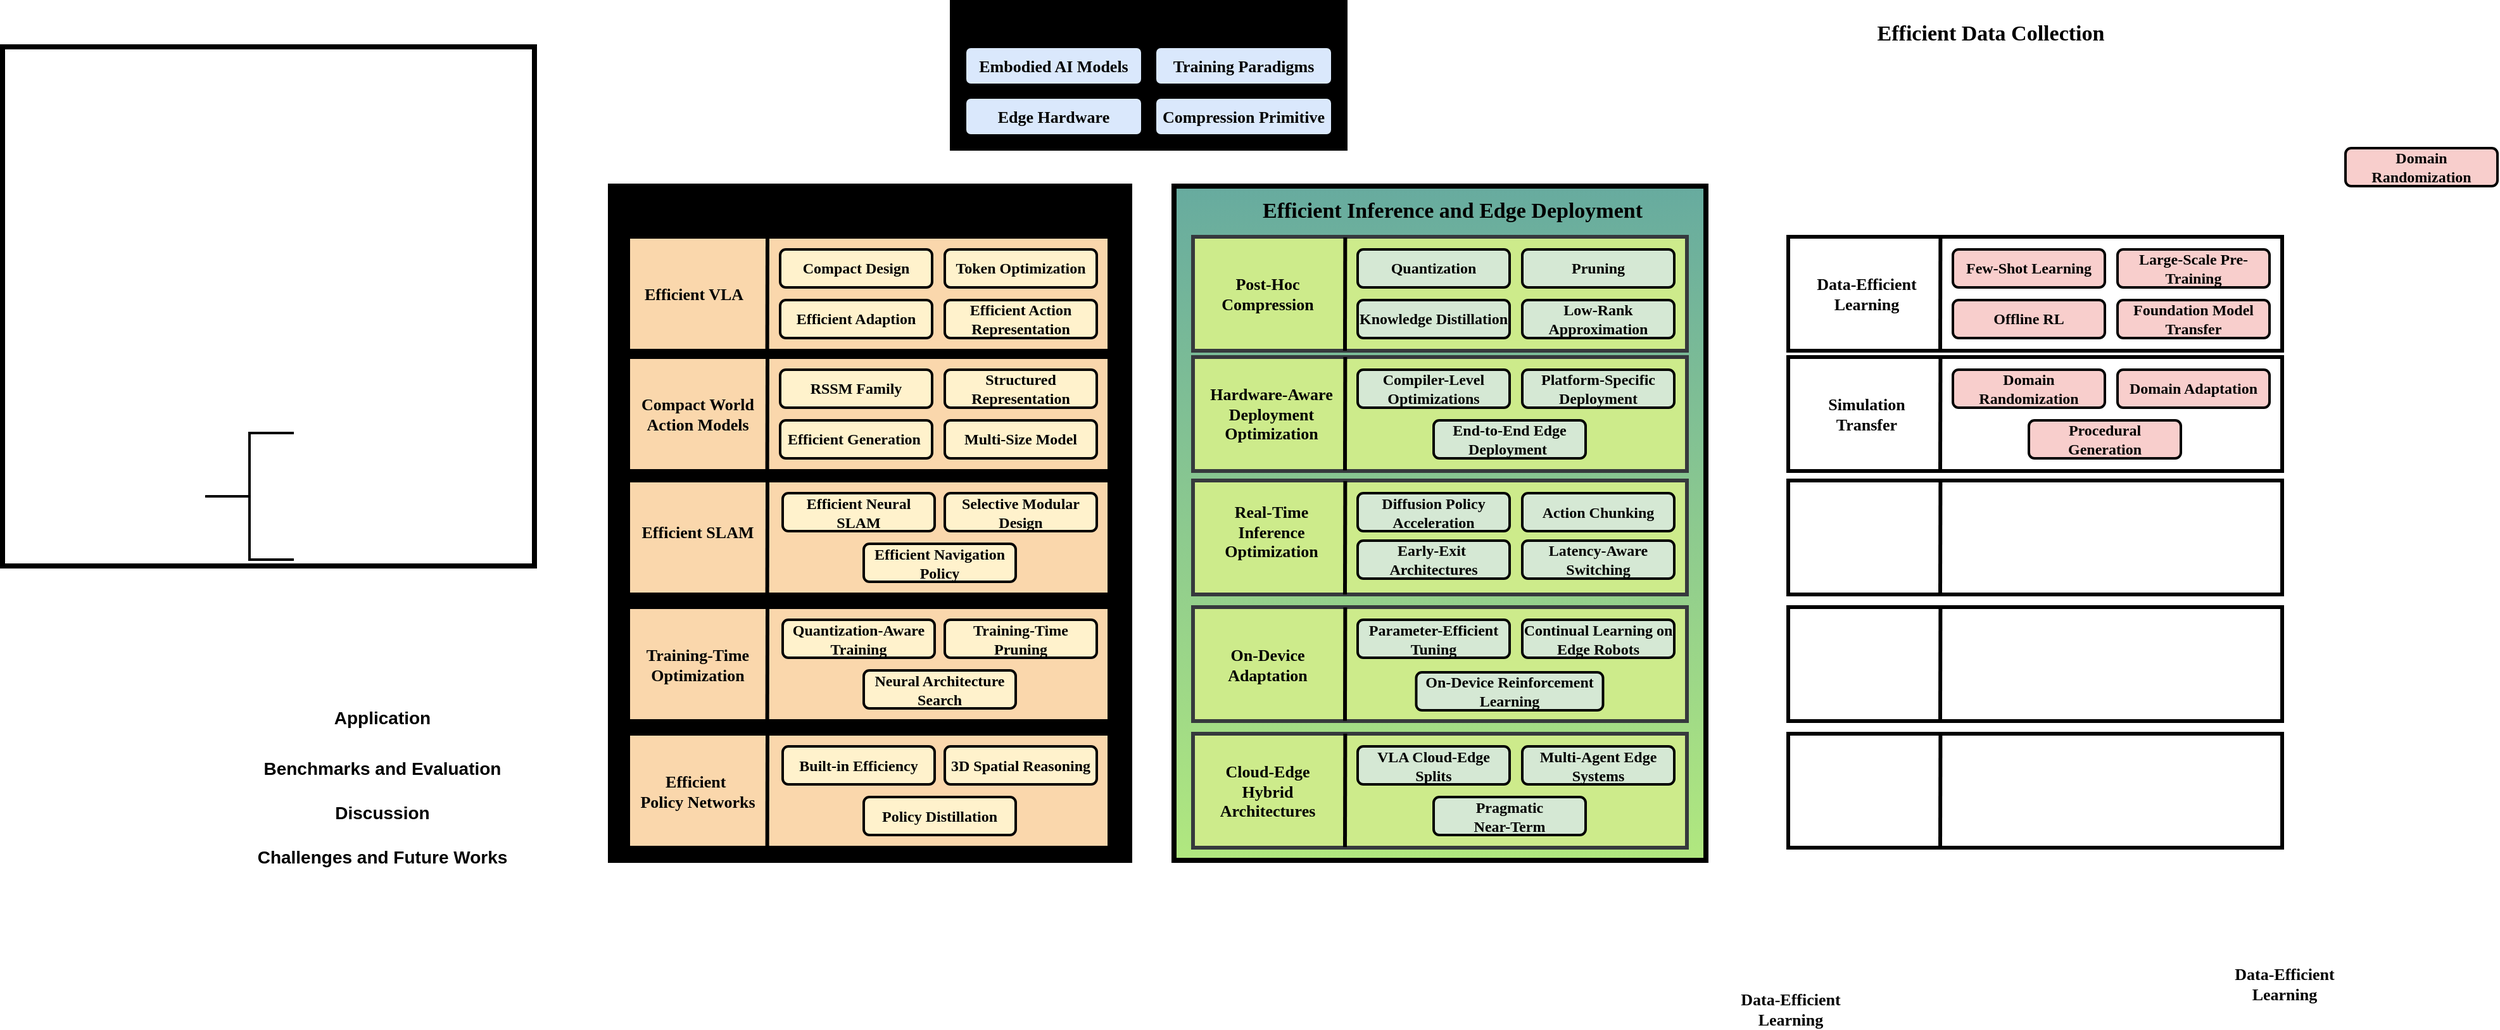
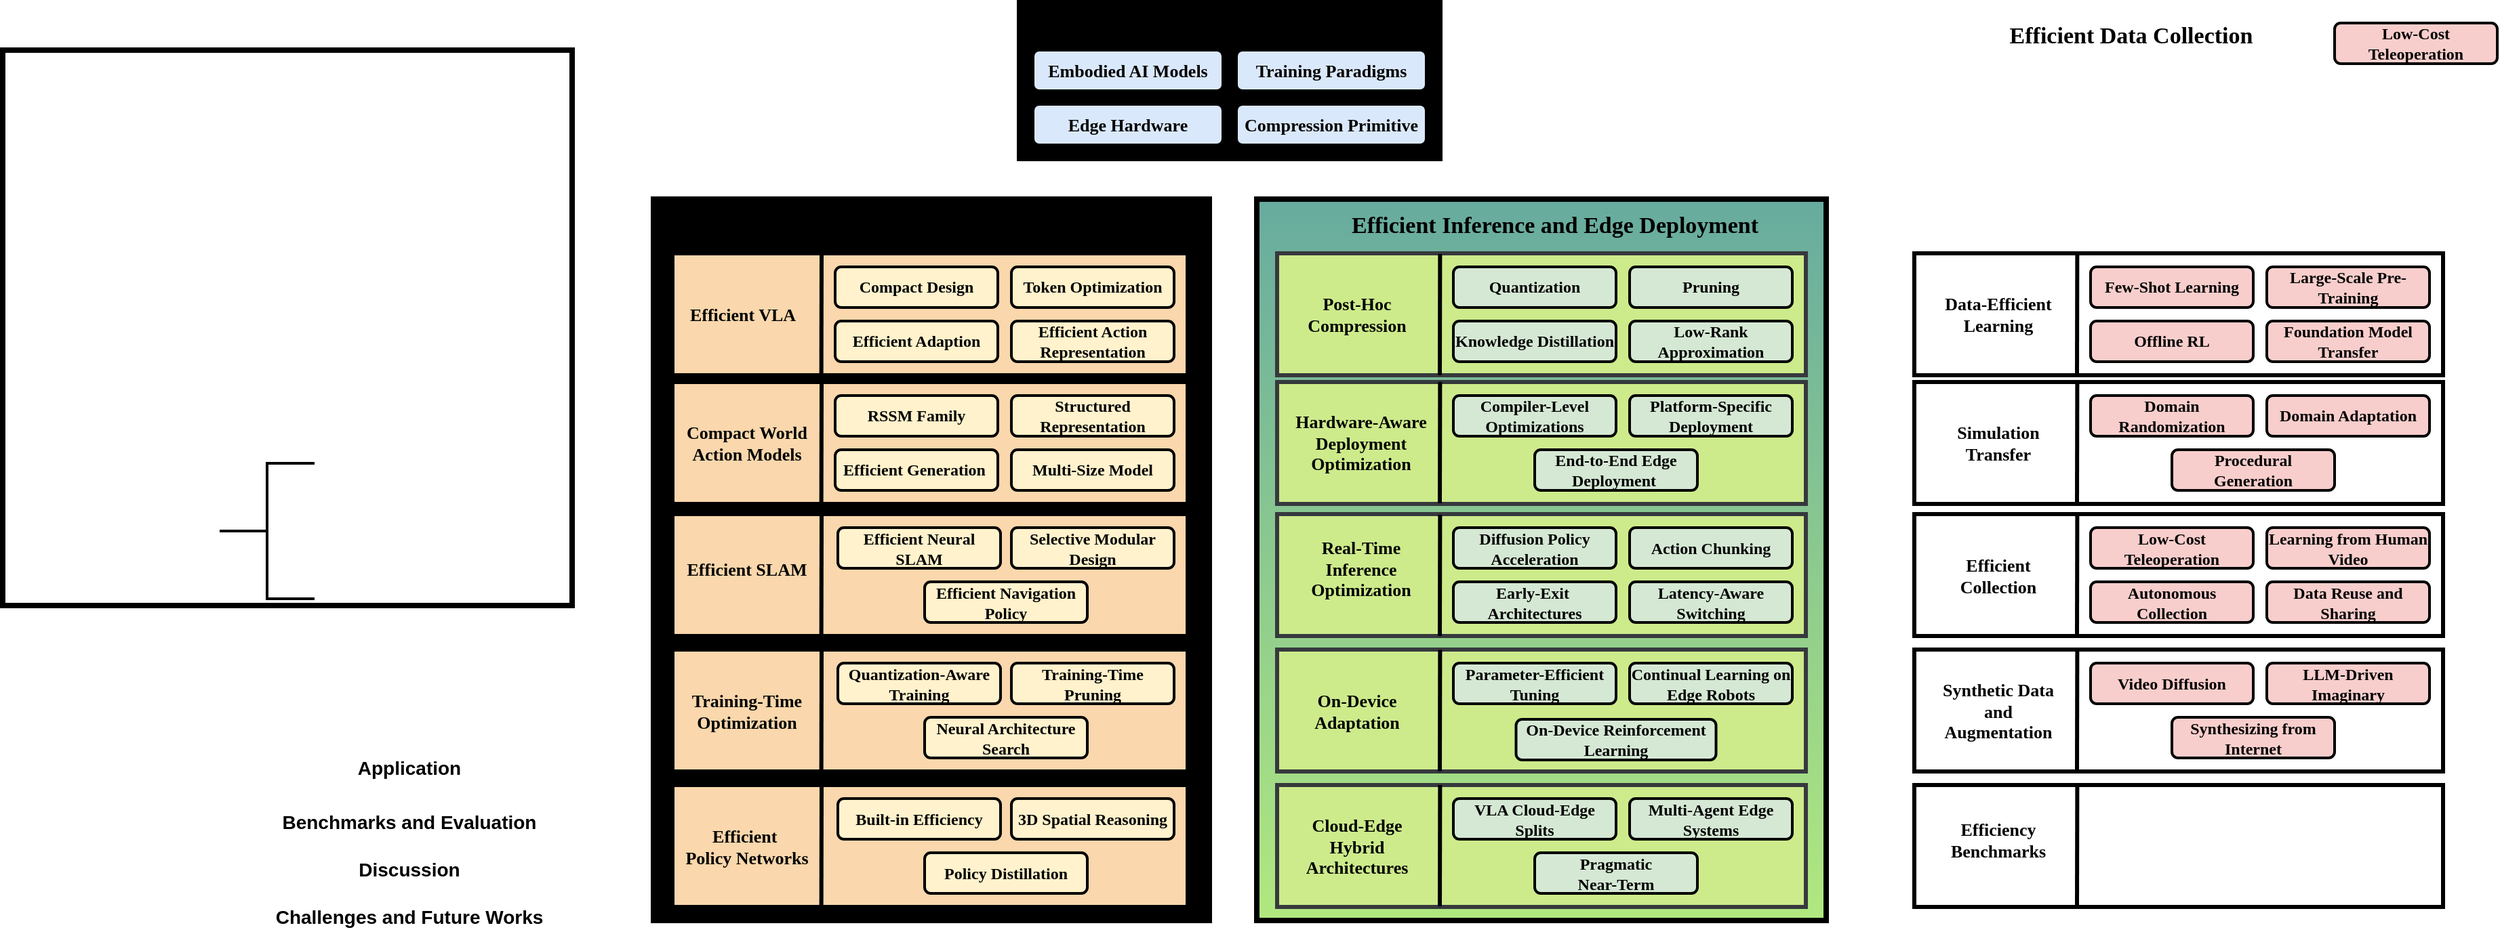
<mxfile host="app.diagrams.net">
  <diagram name="第 1 页" id="xv9Lnx2gyYwYQaEzt8dN">
    <mxGraphModel dx="2450" dy="829" grid="1" gridSize="10" guides="1" tooltips="1" connect="1" arrows="1" fold="1" page="1" pageScale="1" pageWidth="827" pageHeight="1169" math="0" shadow="0">
      <root>
        <mxCell id="0" />
        <mxCell id="1" parent="0" />
        <mxCell id="HWx69ffex-x17Lno-qGl-20" parent="1" style="rounded=0;whiteSpace=wrap;html=1;strokeWidth=4;container=0;fillColor=#67AB9F;gradientColor=#B1E87F;strokeColor=#000000;" value="" vertex="1">
          <mxGeometry height="532.5" width="420" x="305" y="200" as="geometry" />
        </mxCell>
        <mxCell id="P4z1W6zyqtdSm3awDH87-88" parent="1" style="rounded=0;whiteSpace=wrap;html=1;strokeWidth=4;" value="" vertex="1">
          <mxGeometry height="410" width="420" x="-620" y="90" as="geometry" />
        </mxCell>
        <mxCell id="mN9CjeCU7Y2PogCVv73L-14" parent="1" style="text;html=1;whiteSpace=wrap;strokeColor=none;fillColor=none;align=center;verticalAlign=middle;rounded=0;" value="&lt;font face=&quot;Helvetica&quot; style=&quot;font-size: 14px;&quot;&gt;&lt;b style=&quot;&quot;&gt;Application&lt;/b&gt;&lt;/font&gt;" vertex="1">
          <mxGeometry height="20" width="260" x="-450" y="610" as="geometry" />
        </mxCell>
        <mxCell id="mN9CjeCU7Y2PogCVv73L-15" parent="1" style="text;html=1;whiteSpace=wrap;strokeColor=none;fillColor=none;align=center;verticalAlign=middle;rounded=0;" value="&lt;font face=&quot;Helvetica&quot; style=&quot;font-size: 14px;&quot;&gt;&lt;b style=&quot;&quot;&gt;Benchmarks and Evaluation&lt;/b&gt;&lt;/font&gt;" vertex="1">
          <mxGeometry height="20" width="260" x="-450" y="650" as="geometry" />
        </mxCell>
        <mxCell id="mN9CjeCU7Y2PogCVv73L-16" parent="1" style="text;html=1;whiteSpace=wrap;strokeColor=none;fillColor=none;align=center;verticalAlign=middle;rounded=0;" value="&lt;font face=&quot;Helvetica&quot; style=&quot;font-size: 14px;&quot;&gt;&lt;b style=&quot;&quot;&gt;Challenges and Future Works&lt;/b&gt;&lt;/font&gt;" vertex="1">
          <mxGeometry height="20" width="260" x="-450" y="720" as="geometry" />
        </mxCell>
        <mxCell id="mN9CjeCU7Y2PogCVv73L-17" parent="1" style="text;html=1;whiteSpace=wrap;strokeColor=none;fillColor=none;align=center;verticalAlign=middle;rounded=0;" value="&lt;font face=&quot;Helvetica&quot; style=&quot;font-size: 14px;&quot;&gt;&lt;b style=&quot;&quot;&gt;Discussion&lt;/b&gt;&lt;/font&gt;" vertex="1">
          <mxGeometry height="20" width="260" x="-450" y="685" as="geometry" />
        </mxCell>
        <mxCell id="mN9CjeCU7Y2PogCVv73L-18" parent="1" style="strokeWidth=2;html=1;shape=mxgraph.flowchart.annotation_2;align=left;labelPosition=right;pointerEvents=1;" value="" vertex="1">
          <mxGeometry height="100" width="70" x="-460" y="395" as="geometry" />
        </mxCell>
        <mxCell id="P4z1W6zyqtdSm3awDH87-52" connectable="0" parent="1" style="group;strokeColor=#000000;fillColor=#dae8fc;gradientColor=#7ea6e0;container=0;" value="" vertex="1">
          <mxGeometry height="115" width="310" x="130" y="55" as="geometry" />
        </mxCell>
        <mxCell id="P4z1W6zyqtdSm3awDH87-90" parent="1" style="rounded=0;whiteSpace=wrap;html=1;strokeWidth=3;fillColor=#cdeb8b;strokeColor=#36393d;" value="" vertex="1">
          <mxGeometry height="90" width="390" x="320" y="240" as="geometry" />
        </mxCell>
        <mxCell id="P4z1W6zyqtdSm3awDH87-91" edge="1" parent="1" style="endArrow=none;html=1;rounded=0;strokeWidth=3;entryX=0.289;entryY=0.995;entryDx=0;entryDy=0;entryPerimeter=0;" value="">
          <mxGeometry height="50" relative="1" width="50" as="geometry">
            <mxPoint x="440.17999999999995" y="240.45" as="sourcePoint" />
            <mxPoint x="439.9999999999999" y="330.00000000000006" as="targetPoint" />
          </mxGeometry>
        </mxCell>
        <mxCell id="P4z1W6zyqtdSm3awDH87-11" parent="1" style="rounded=0;whiteSpace=wrap;html=1;strokeWidth=4;container=0;fillColor=light-dark(#e0ae0b, #6a3f00);gradientColor=light-dark(#FFE599,#B07303);strokeColor=#000000;" value="" vertex="1">
          <mxGeometry height="532.5" width="410" x="-140" y="200" as="geometry" />
        </mxCell>
        <mxCell id="P4z1W6zyqtdSm3awDH87-29" parent="1" style="rounded=0;whiteSpace=wrap;html=1;strokeWidth=3;container=0;fillColor=#fad7ac;strokeColor=#000000;" value="" vertex="1">
          <mxGeometry height="90" width="380" x="-126" y="240" as="geometry" />
        </mxCell>
        <mxCell id="mN9CjeCU7Y2PogCVv73L-10" parent="1" style="text;html=1;whiteSpace=wrap;strokeColor=none;fillColor=none;align=center;verticalAlign=middle;rounded=0;container=0;" value="&lt;font style=&quot;font-size: 17px;&quot; face=&quot;Comic Sans MS&quot;&gt;&lt;b style=&quot;&quot;&gt;Efficient Model Design&lt;/b&gt;&lt;/font&gt;" vertex="1">
          <mxGeometry height="20" width="200" x="-35" y="210" as="geometry" />
        </mxCell>
        <mxCell id="mN9CjeCU7Y2PogCVv73L-22" parent="1" style="rounded=1;whiteSpace=wrap;html=1;strokeWidth=2;container=0;fillColor=#fff2cc;strokeColor=#000000;" value="&lt;b&gt;&lt;font face=&quot;Comic Sans MS&quot;&gt;Compact Design&lt;/font&gt;&lt;/b&gt;" vertex="1">
          <mxGeometry height="30" width="120" x="-6" y="250" as="geometry" />
        </mxCell>
        <mxCell id="mN9CjeCU7Y2PogCVv73L-23" parent="1" style="rounded=1;whiteSpace=wrap;html=1;strokeWidth=2;container=0;fillColor=#fff2cc;strokeColor=#000000;" value="&lt;b&gt;&lt;font face=&quot;Comic Sans MS&quot;&gt;Efficient Adaption&lt;/font&gt;&lt;/b&gt;" vertex="1">
          <mxGeometry height="30" width="120" x="-6" y="290" as="geometry" />
        </mxCell>
        <mxCell id="mN9CjeCU7Y2PogCVv73L-24" parent="1" style="rounded=1;whiteSpace=wrap;html=1;strokeWidth=2;container=0;fillColor=#fff2cc;strokeColor=#000000;" value="&lt;font face=&quot;Comic Sans MS&quot;&gt;&lt;b&gt;Efficient Action Representation&lt;/b&gt;&lt;/font&gt;" vertex="1">
          <mxGeometry height="30" width="120" x="124" y="290" as="geometry" />
        </mxCell>
        <mxCell id="mN9CjeCU7Y2PogCVv73L-26" parent="1" style="rounded=1;whiteSpace=wrap;html=1;strokeWidth=2;container=0;fillColor=#fff2cc;strokeColor=#000000;" value="&lt;b&gt;&lt;font face=&quot;Comic Sans MS&quot;&gt;Token Optimization&lt;/font&gt;&lt;/b&gt;" vertex="1">
          <mxGeometry height="30" width="120" x="124" y="250" as="geometry" />
        </mxCell>
        <mxCell id="P4z1W6zyqtdSm3awDH87-30" parent="1" style="text;html=1;whiteSpace=wrap;strokeColor=none;fillColor=none;align=center;verticalAlign=middle;rounded=0;container=0;" value="&lt;b style=&quot;font-size: 13px;&quot;&gt;&lt;font face=&quot;Comic Sans MS&quot;&gt;Efficient VLA&lt;/font&gt;&lt;/b&gt;" vertex="1">
          <mxGeometry height="20" width="104" x="-126" y="275" as="geometry" />
        </mxCell>
        <mxCell id="P4z1W6zyqtdSm3awDH87-31" edge="1" parent="1" style="endArrow=none;html=1;rounded=0;strokeWidth=3;entryX=0.289;entryY=0.995;entryDx=0;entryDy=0;entryPerimeter=0;" target="P4z1W6zyqtdSm3awDH87-29" value="">
          <mxGeometry height="50" relative="1" width="50" as="geometry">
            <mxPoint x="-16" y="240" as="sourcePoint" />
            <mxPoint x="-16" y="280" as="targetPoint" />
          </mxGeometry>
        </mxCell>
        <mxCell id="P4z1W6zyqtdSm3awDH87-32" parent="1" style="rounded=0;whiteSpace=wrap;html=1;strokeWidth=3;container=0;fillColor=#fad7ac;strokeColor=#000000;" value="" vertex="1">
          <mxGeometry height="90" width="380" x="-126" y="335" as="geometry" />
        </mxCell>
        <mxCell id="P4z1W6zyqtdSm3awDH87-33" edge="1" parent="1" style="endArrow=none;html=1;rounded=0;strokeWidth=3;entryX=0.289;entryY=0.995;entryDx=0;entryDy=0;entryPerimeter=0;" target="P4z1W6zyqtdSm3awDH87-32" value="">
          <mxGeometry height="50" relative="1" width="50" as="geometry">
            <mxPoint x="-16" y="335" as="sourcePoint" />
            <mxPoint x="-16" y="375" as="targetPoint" />
          </mxGeometry>
        </mxCell>
        <mxCell id="P4z1W6zyqtdSm3awDH87-34" parent="1" style="text;html=1;whiteSpace=wrap;strokeColor=none;fillColor=none;align=center;verticalAlign=middle;rounded=0;container=0;" value="&lt;b style=&quot;font-size: 13px;&quot;&gt;&lt;font face=&quot;Comic Sans MS&quot;&gt;Compact World Action Models&lt;/font&gt;&lt;/b&gt;" vertex="1">
          <mxGeometry height="20" width="114" x="-128" y="370" as="geometry" />
        </mxCell>
        <mxCell id="mN9CjeCU7Y2PogCVv73L-30" parent="1" style="rounded=1;whiteSpace=wrap;html=1;strokeWidth=2;container=0;fillColor=#fff2cc;strokeColor=#000000;" value="&lt;b&gt;&lt;font face=&quot;Comic Sans MS&quot;&gt;RSSM Family&lt;/font&gt;&lt;/b&gt;" vertex="1">
          <mxGeometry height="30" width="120" x="-6" y="345" as="geometry" />
        </mxCell>
        <mxCell id="mN9CjeCU7Y2PogCVv73L-32" parent="1" style="rounded=1;whiteSpace=wrap;html=1;strokeWidth=2;container=0;fillColor=#fff2cc;strokeColor=#000000;" value="&lt;font face=&quot;Comic Sans MS&quot;&gt;&lt;b&gt;Efficient Generation&amp;nbsp;&lt;/b&gt;&lt;/font&gt;" vertex="1">
          <mxGeometry height="30" width="120" x="-6" y="385" as="geometry" />
        </mxCell>
        <mxCell id="mN9CjeCU7Y2PogCVv73L-33" parent="1" style="rounded=1;whiteSpace=wrap;html=1;strokeWidth=2;container=0;fillColor=#fff2cc;strokeColor=#000000;" value="&lt;b&gt;&lt;font face=&quot;Comic Sans MS&quot;&gt;Structured Representation&lt;/font&gt;&lt;/b&gt;" vertex="1">
          <mxGeometry height="30" width="120" x="124" y="345" as="geometry" />
        </mxCell>
        <mxCell id="P4z1W6zyqtdSm3awDH87-36" parent="1" style="rounded=1;whiteSpace=wrap;html=1;strokeWidth=2;container=0;fillColor=#fff2cc;strokeColor=#000000;" value="&lt;b&gt;&lt;font face=&quot;Comic Sans MS&quot;&gt;Multi-Size Model&lt;/font&gt;&lt;/b&gt;" vertex="1">
          <mxGeometry height="30" width="120" x="124" y="385" as="geometry" />
        </mxCell>
        <mxCell id="P4z1W6zyqtdSm3awDH87-37" parent="1" style="rounded=0;whiteSpace=wrap;html=1;strokeWidth=3;container=0;fillColor=#fad7ac;strokeColor=#000000;" value="" vertex="1">
          <mxGeometry height="90" width="380" x="-126" y="432.5" as="geometry" />
        </mxCell>
        <mxCell id="P4z1W6zyqtdSm3awDH87-38" edge="1" parent="1" style="endArrow=none;html=1;rounded=0;strokeWidth=3;entryX=0.289;entryY=0.995;entryDx=0;entryDy=0;entryPerimeter=0;" target="P4z1W6zyqtdSm3awDH87-37" value="">
          <mxGeometry height="50" relative="1" width="50" as="geometry">
            <mxPoint x="-16" y="432.5" as="sourcePoint" />
            <mxPoint x="-16" y="472.5" as="targetPoint" />
          </mxGeometry>
        </mxCell>
        <mxCell id="P4z1W6zyqtdSm3awDH87-44" parent="1" style="text;html=1;whiteSpace=wrap;strokeColor=none;fillColor=none;align=center;verticalAlign=middle;rounded=0;container=0;" value="&lt;b style=&quot;font-size: 13px;&quot;&gt;&lt;font face=&quot;Comic Sans MS&quot;&gt;Efficient SLAM&lt;/font&gt;&lt;/b&gt;" vertex="1">
          <mxGeometry height="20" width="114" x="-128" y="462.5" as="geometry" />
        </mxCell>
        <mxCell id="P4z1W6zyqtdSm3awDH87-19" parent="1" style="rounded=1;whiteSpace=wrap;html=1;strokeWidth=2;container=0;fillColor=#fff2cc;strokeColor=#000000;" value="&lt;b&gt;&lt;font face=&quot;Comic Sans MS&quot;&gt;Efficient Neural SLAM&lt;/font&gt;&lt;/b&gt;" vertex="1">
          <mxGeometry height="30" width="120" x="-4" y="442.5" as="geometry" />
        </mxCell>
        <mxCell id="P4z1W6zyqtdSm3awDH87-20" parent="1" style="rounded=1;whiteSpace=wrap;html=1;strokeWidth=2;container=0;fillColor=#fff2cc;strokeColor=#000000;" value="&lt;font face=&quot;Comic Sans MS&quot;&gt;&lt;b&gt;Selective Modular Design&lt;/b&gt;&lt;/font&gt;" vertex="1">
          <mxGeometry height="30" width="120" x="124" y="442.5" as="geometry" />
        </mxCell>
        <mxCell id="P4z1W6zyqtdSm3awDH87-21" parent="1" style="rounded=1;whiteSpace=wrap;html=1;strokeWidth=2;container=0;fillColor=#fff2cc;strokeColor=#000000;" value="&lt;font face=&quot;Comic Sans MS&quot;&gt;&lt;b&gt;Efficient Navigation Policy&lt;/b&gt;&lt;/font&gt;" vertex="1">
          <mxGeometry height="30" width="120" x="60" y="482.5" as="geometry" />
        </mxCell>
        <mxCell id="P4z1W6zyqtdSm3awDH87-45" parent="1" style="rounded=0;whiteSpace=wrap;html=1;strokeWidth=3;container=0;fillColor=#fad7ac;strokeColor=#000000;" value="" vertex="1">
          <mxGeometry height="90" width="380" x="-126" y="632.5" as="geometry" />
        </mxCell>
        <mxCell id="P4z1W6zyqtdSm3awDH87-46" edge="1" parent="1" style="endArrow=none;html=1;rounded=0;strokeWidth=3;entryX=0.289;entryY=0.995;entryDx=0;entryDy=0;entryPerimeter=0;" target="P4z1W6zyqtdSm3awDH87-45" value="">
          <mxGeometry height="50" relative="1" width="50" as="geometry">
            <mxPoint x="-16" y="632.5" as="sourcePoint" />
            <mxPoint x="-16" y="672.5" as="targetPoint" />
          </mxGeometry>
        </mxCell>
        <mxCell id="P4z1W6zyqtdSm3awDH87-47" parent="1" style="rounded=0;whiteSpace=wrap;html=1;strokeWidth=3;container=0;fillColor=#fad7ac;strokeColor=#000000;" value="" vertex="1">
          <mxGeometry height="90" width="380" x="-126" y="532.5" as="geometry" />
        </mxCell>
        <mxCell id="P4z1W6zyqtdSm3awDH87-48" edge="1" parent="1" style="endArrow=none;html=1;rounded=0;strokeWidth=3;entryX=0.289;entryY=0.995;entryDx=0;entryDy=0;entryPerimeter=0;" target="P4z1W6zyqtdSm3awDH87-47" value="">
          <mxGeometry height="50" relative="1" width="50" as="geometry">
            <mxPoint x="-16" y="532.5" as="sourcePoint" />
            <mxPoint x="-16" y="572.5" as="targetPoint" />
          </mxGeometry>
        </mxCell>
        <mxCell id="P4z1W6zyqtdSm3awDH87-25" parent="1" style="rounded=1;whiteSpace=wrap;html=1;strokeWidth=2;container=0;fillColor=#fff2cc;strokeColor=#000000;" value="&lt;font face=&quot;Comic Sans MS&quot;&gt;&lt;b&gt;Quantization-Aware Training&lt;/b&gt;&lt;/font&gt;" vertex="1">
          <mxGeometry height="30" width="120" x="-4" y="542.5" as="geometry" />
        </mxCell>
        <mxCell id="P4z1W6zyqtdSm3awDH87-26" parent="1" style="rounded=1;whiteSpace=wrap;html=1;strokeWidth=2;container=0;fillColor=#fff2cc;strokeColor=#000000;" value="&lt;font face=&quot;Comic Sans MS&quot;&gt;&lt;b&gt;Neural Architecture Search&lt;/b&gt;&lt;/font&gt;" vertex="1">
          <mxGeometry height="30" width="120" x="60" y="582.5" as="geometry" />
        </mxCell>
        <mxCell id="P4z1W6zyqtdSm3awDH87-27" parent="1" style="rounded=1;whiteSpace=wrap;html=1;strokeWidth=2;container=0;fillColor=#fff2cc;strokeColor=#000000;" value="&lt;font face=&quot;Comic Sans MS&quot;&gt;&lt;b&gt;Training-Time Pruning&lt;/b&gt;&lt;/font&gt;" vertex="1">
          <mxGeometry height="30" width="120" x="124" y="542.5" as="geometry" />
        </mxCell>
        <mxCell id="P4z1W6zyqtdSm3awDH87-4" parent="1" style="rounded=1;whiteSpace=wrap;html=1;strokeWidth=2;container=0;fillColor=#fff2cc;strokeColor=#000000;" value="&lt;b&gt;&lt;font face=&quot;Comic Sans MS&quot;&gt;3D Spatial Reasoning&lt;/font&gt;&lt;/b&gt;" vertex="1">
          <mxGeometry height="30" width="120" x="124" y="642.5" as="geometry" />
        </mxCell>
        <mxCell id="P4z1W6zyqtdSm3awDH87-6" parent="1" style="rounded=1;whiteSpace=wrap;html=1;strokeWidth=2;container=0;fillColor=#fff2cc;strokeColor=#000000;" value="&lt;font face=&quot;Comic Sans MS&quot;&gt;&lt;b&gt;Policy Distillation&lt;/b&gt;&lt;/font&gt;" vertex="1">
          <mxGeometry height="30" width="120" x="60" y="682.5" as="geometry" />
        </mxCell>
        <mxCell id="P4z1W6zyqtdSm3awDH87-7" parent="1" style="rounded=1;whiteSpace=wrap;html=1;strokeWidth=2;container=0;fillColor=#fff2cc;strokeColor=#000000;" value="&lt;font face=&quot;Comic Sans MS&quot;&gt;&lt;b&gt;Built-in Efficiency&lt;/b&gt;&lt;/font&gt;" vertex="1">
          <mxGeometry height="30" width="120" x="-4" y="642.5" as="geometry" />
        </mxCell>
        <mxCell id="P4z1W6zyqtdSm3awDH87-49" parent="1" style="text;html=1;whiteSpace=wrap;strokeColor=none;fillColor=none;align=center;verticalAlign=middle;rounded=0;container=0;" value="&lt;b style=&quot;font-size: 13px;&quot;&gt;&lt;font face=&quot;Comic Sans MS&quot;&gt;Training-Time Optimization&lt;/font&gt;&lt;/b&gt;" vertex="1">
          <mxGeometry height="20" width="114" x="-128" y="567.5" as="geometry" />
        </mxCell>
        <mxCell id="P4z1W6zyqtdSm3awDH87-50" parent="1" style="text;html=1;whiteSpace=wrap;strokeColor=none;fillColor=none;align=center;verticalAlign=middle;rounded=0;container=0;" value="&lt;b style=&quot;font-size: 13px;&quot;&gt;&lt;font face=&quot;Comic Sans MS&quot;&gt;Efficient&amp;nbsp;&lt;/font&gt;&lt;/b&gt;&lt;div&gt;&lt;b style=&quot;font-size: 13px;&quot;&gt;&lt;font face=&quot;Comic Sans MS&quot;&gt;Policy Networks&lt;/font&gt;&lt;/b&gt;&lt;/div&gt;" vertex="1">
          <mxGeometry height="20" width="114" x="-128" y="667.5" as="geometry" />
        </mxCell>
        <mxCell id="P4z1W6zyqtdSm3awDH87-92" parent="1" style="text;html=1;whiteSpace=wrap;strokeColor=none;fillColor=none;align=center;verticalAlign=middle;rounded=0;container=0;" value="&lt;b style=&quot;font-size: 13px;&quot;&gt;&lt;font face=&quot;Comic Sans MS&quot;&gt;Post-Hoc Compression&lt;/font&gt;&lt;/b&gt;" vertex="1">
          <mxGeometry height="20" width="104" x="327" y="275" as="geometry" />
        </mxCell>
        <mxCell id="P4z1W6zyqtdSm3awDH87-93" parent="1" style="rounded=1;whiteSpace=wrap;html=1;strokeWidth=2;container=0;fillColor=#d5e8d4;strokeColor=#000000;" value="&lt;b&gt;&lt;font face=&quot;Comic Sans MS&quot;&gt;Quantization&lt;/font&gt;&lt;/b&gt;" vertex="1">
          <mxGeometry height="30" width="120" x="450" y="250" as="geometry" />
        </mxCell>
        <mxCell id="P4z1W6zyqtdSm3awDH87-94" parent="1" style="rounded=1;whiteSpace=wrap;html=1;strokeWidth=2;container=0;fillColor=#d5e8d4;strokeColor=#000000;" value="&lt;b&gt;&lt;font face=&quot;Comic Sans MS&quot;&gt;Pruning&lt;/font&gt;&lt;/b&gt;" vertex="1">
          <mxGeometry height="30" width="120" x="580" y="250" as="geometry" />
        </mxCell>
        <mxCell id="P4z1W6zyqtdSm3awDH87-95" parent="1" style="rounded=1;whiteSpace=wrap;html=1;strokeWidth=2;container=0;fillColor=#d5e8d4;strokeColor=#000000;" value="&lt;font face=&quot;Comic Sans MS&quot;&gt;&lt;b&gt;Knowledge Distillation&lt;/b&gt;&lt;/font&gt;" vertex="1">
          <mxGeometry height="30" width="120" x="450" y="290" as="geometry" />
        </mxCell>
        <mxCell id="P4z1W6zyqtdSm3awDH87-96" parent="1" style="rounded=1;whiteSpace=wrap;html=1;strokeWidth=2;container=0;fillColor=#d5e8d4;strokeColor=#000000;" value="&lt;font face=&quot;Comic Sans MS&quot;&gt;&lt;b&gt;Low-Rank Approximation&lt;/b&gt;&lt;/font&gt;" vertex="1">
          <mxGeometry height="30" width="120" x="580" y="290" as="geometry" />
        </mxCell>
        <mxCell id="P4z1W6zyqtdSm3awDH87-97" parent="1" style="rounded=0;whiteSpace=wrap;html=1;strokeWidth=3;fillColor=#cdeb8b;strokeColor=#36393d;" value="" vertex="1">
          <mxGeometry height="90" width="390" x="320" y="335" as="geometry" />
        </mxCell>
        <mxCell id="P4z1W6zyqtdSm3awDH87-99" parent="1" style="rounded=0;whiteSpace=wrap;html=1;strokeWidth=3;fillColor=#cdeb8b;strokeColor=#36393d;" value="" vertex="1">
          <mxGeometry height="90" width="390" x="320" y="432.5" as="geometry" />
        </mxCell>
        <mxCell id="P4z1W6zyqtdSm3awDH87-101" parent="1" style="rounded=0;whiteSpace=wrap;html=1;strokeWidth=3;fillColor=#cdeb8b;strokeColor=#36393d;" value="" vertex="1">
          <mxGeometry height="90" width="390" x="320" y="532.5" as="geometry" />
        </mxCell>
        <mxCell id="P4z1W6zyqtdSm3awDH87-103" parent="1" style="rounded=0;whiteSpace=wrap;html=1;strokeWidth=3;fillColor=#cdeb8b;strokeColor=#36393d;" value="" vertex="1">
          <mxGeometry height="90" width="390" x="320" y="632.5" as="geometry" />
        </mxCell>
        <mxCell id="P4z1W6zyqtdSm3awDH87-105" parent="1" style="text;html=1;whiteSpace=wrap;strokeColor=none;fillColor=none;align=center;verticalAlign=middle;rounded=0;container=0;" value="&lt;font face=&quot;Comic Sans MS&quot;&gt;&lt;span style=&quot;font-size: 13px;&quot;&gt;&lt;b&gt;Hardware-Aware Deployment Optimization&lt;/b&gt;&lt;/span&gt;&lt;/font&gt;" vertex="1">
          <mxGeometry height="20" width="110" x="327" y="370" as="geometry" />
        </mxCell>
        <mxCell id="P4z1W6zyqtdSm3awDH87-106" edge="1" parent="1" style="endArrow=none;html=1;rounded=0;strokeWidth=3;entryX=0.289;entryY=0.995;entryDx=0;entryDy=0;entryPerimeter=0;" value="">
          <mxGeometry height="50" relative="1" width="50" as="geometry">
            <mxPoint x="440.18000000000006" y="335" as="sourcePoint" />
            <mxPoint x="440" y="424.55000000000007" as="targetPoint" />
          </mxGeometry>
        </mxCell>
        <mxCell id="P4z1W6zyqtdSm3awDH87-107" edge="1" parent="1" style="endArrow=none;html=1;rounded=0;strokeWidth=3;entryX=0.289;entryY=0.995;entryDx=0;entryDy=0;entryPerimeter=0;" value="">
          <mxGeometry height="50" relative="1" width="50" as="geometry">
            <mxPoint x="440.18000000000006" y="432.95" as="sourcePoint" />
            <mxPoint x="440" y="522.5000000000001" as="targetPoint" />
          </mxGeometry>
        </mxCell>
        <mxCell id="P4z1W6zyqtdSm3awDH87-108" edge="1" parent="1" style="endArrow=none;html=1;rounded=0;strokeWidth=3;entryX=0.289;entryY=0.995;entryDx=0;entryDy=0;entryPerimeter=0;" value="">
          <mxGeometry height="50" relative="1" width="50" as="geometry">
            <mxPoint x="440.18000000000006" y="532.72" as="sourcePoint" />
            <mxPoint x="440" y="622.2700000000001" as="targetPoint" />
          </mxGeometry>
        </mxCell>
        <mxCell id="P4z1W6zyqtdSm3awDH87-109" edge="1" parent="1" style="endArrow=none;html=1;rounded=0;strokeWidth=3;entryX=0.289;entryY=0.995;entryDx=0;entryDy=0;entryPerimeter=0;" value="">
          <mxGeometry height="50" relative="1" width="50" as="geometry">
            <mxPoint x="440.18000000000006" y="632.5" as="sourcePoint" />
            <mxPoint x="440" y="722.0500000000001" as="targetPoint" />
          </mxGeometry>
        </mxCell>
        <mxCell id="P4z1W6zyqtdSm3awDH87-110" parent="1" style="rounded=1;whiteSpace=wrap;html=1;strokeWidth=2;container=0;fillColor=#d5e8d4;strokeColor=#000000;" value="&lt;font face=&quot;Comic Sans MS&quot;&gt;&lt;b&gt;Compiler-Level Optimizations&lt;/b&gt;&lt;/font&gt;" vertex="1">
          <mxGeometry height="30" width="120" x="450" y="345" as="geometry" />
        </mxCell>
        <mxCell id="P4z1W6zyqtdSm3awDH87-111" parent="1" style="rounded=1;whiteSpace=wrap;html=1;strokeWidth=2;container=0;fillColor=#d5e8d4;strokeColor=#000000;" value="&lt;font face=&quot;Comic Sans MS&quot;&gt;&lt;b&gt;Platform-Specific Deployment&lt;/b&gt;&lt;/font&gt;" vertex="1">
          <mxGeometry height="30" width="120" x="580" y="345" as="geometry" />
        </mxCell>
        <mxCell id="P4z1W6zyqtdSm3awDH87-112" parent="1" style="rounded=1;whiteSpace=wrap;html=1;strokeWidth=2;container=0;fillColor=#d5e8d4;strokeColor=#000000;" value="&lt;font face=&quot;Comic Sans MS&quot;&gt;&lt;b&gt;End-to-End Edge Deployment&amp;nbsp;&lt;/b&gt;&lt;/font&gt;" vertex="1">
          <mxGeometry height="30" width="120" x="510" y="385" as="geometry" />
        </mxCell>
        <mxCell id="P4z1W6zyqtdSm3awDH87-113" parent="1" style="text;html=1;whiteSpace=wrap;strokeColor=none;fillColor=none;align=center;verticalAlign=middle;rounded=0;container=0;" value="&lt;font face=&quot;Comic Sans MS&quot;&gt;&lt;span style=&quot;font-size: 13px;&quot;&gt;&lt;b&gt;Real-Time Inference Optimization&lt;/b&gt;&lt;/span&gt;&lt;/font&gt;" vertex="1">
          <mxGeometry height="20" width="104" x="330" y="462.5" as="geometry" />
        </mxCell>
        <mxCell id="HWx69ffex-x17Lno-qGl-1" parent="1" style="rounded=1;whiteSpace=wrap;html=1;strokeWidth=2;container=0;fillColor=#d5e8d4;strokeColor=#000000;" value="&lt;font face=&quot;Comic Sans MS&quot;&gt;&lt;b&gt;Diffusion Policy Acceleration&lt;/b&gt;&lt;/font&gt;" vertex="1">
          <mxGeometry height="30" width="120" x="450" y="442.5" as="geometry" />
        </mxCell>
        <mxCell id="HWx69ffex-x17Lno-qGl-3" parent="1" style="rounded=1;whiteSpace=wrap;html=1;strokeWidth=2;container=0;fillColor=#d5e8d4;strokeColor=#000000;" value="&lt;font face=&quot;Comic Sans MS&quot;&gt;&lt;b&gt;Action Chunking&lt;/b&gt;&lt;/font&gt;" vertex="1">
          <mxGeometry height="30" width="120" x="580" y="442.5" as="geometry" />
        </mxCell>
        <mxCell id="HWx69ffex-x17Lno-qGl-4" parent="1" style="rounded=1;whiteSpace=wrap;html=1;strokeWidth=2;container=0;fillColor=#d5e8d4;strokeColor=#000000;" value="&lt;font face=&quot;Comic Sans MS&quot;&gt;&lt;b&gt;Latency-Aware Switching&lt;/b&gt;&lt;/font&gt;" vertex="1">
-           <mxGeometry height="30" width="120" x="580" y="480" as="geometry" />
+           <mxGeometry height="30" width="120" x="580" y="482.5" as="geometry" />
        </mxCell>
        <mxCell id="HWx69ffex-x17Lno-qGl-5" parent="1" style="rounded=1;whiteSpace=wrap;html=1;strokeWidth=2;container=0;fillColor=#d5e8d4;strokeColor=#000000;" value="&lt;font face=&quot;Comic Sans MS&quot;&gt;&lt;b&gt;Early-Exit&amp;nbsp; Architectures&lt;/b&gt;&lt;/font&gt;" vertex="1">
-           <mxGeometry height="30" width="120" x="450" y="480" as="geometry" />
+           <mxGeometry height="30" width="120" x="450" y="482.5" as="geometry" />
        </mxCell>
        <mxCell id="P4z1W6zyqtdSm3awDH87-12" parent="1" style="rounded=0;whiteSpace=wrap;html=1;strokeWidth=4;fillColor=light-dark(#7ea6e0, #1d293b);gradientColor=light-dark(#dae8fc, #436697);strokeColor=#000000;container=0;" value="" vertex="1">
          <mxGeometry height="115" width="310" x="130" y="55" as="geometry" />
        </mxCell>
        <mxCell id="mN9CjeCU7Y2PogCVv73L-6" parent="1" style="rounded=1;whiteSpace=wrap;html=1;strokeWidth=2;fillColor=#dae8fc;strokeColor=#000000;container=0;" value="&lt;font style=&quot;font-size: 13px;&quot; face=&quot;Comic Sans MS&quot;&gt;&lt;b style=&quot;&quot;&gt;Training Paradigms&lt;/b&gt;&lt;/font&gt;" vertex="1">
          <mxGeometry height="30" width="140" x="290" y="90" as="geometry" />
        </mxCell>
        <mxCell id="mN9CjeCU7Y2PogCVv73L-5" parent="1" style="rounded=1;whiteSpace=wrap;html=1;strokeWidth=2;fillColor=#dae8fc;strokeColor=#000000;container=0;" value="&lt;font style=&quot;font-size: 13px;&quot; face=&quot;Comic Sans MS&quot;&gt;&lt;b style=&quot;&quot;&gt;Edge Hardware&lt;/b&gt;&lt;/font&gt;" vertex="1">
          <mxGeometry height="30" width="140" x="140" y="130" as="geometry" />
        </mxCell>
        <mxCell id="mN9CjeCU7Y2PogCVv73L-8" parent="1" style="rounded=1;whiteSpace=wrap;html=1;strokeWidth=2;fillColor=#dae8fc;strokeColor=#000000;container=0;" value="&lt;font style=&quot;font-size: 13px;&quot; face=&quot;Comic Sans MS&quot;&gt;&lt;b style=&quot;&quot;&gt;Compression Primitive&lt;/b&gt;&lt;/font&gt;" vertex="1">
          <mxGeometry height="30" width="140" x="290" y="130" as="geometry" />
        </mxCell>
        <mxCell id="mN9CjeCU7Y2PogCVv73L-4" parent="1" style="rounded=1;whiteSpace=wrap;html=1;strokeWidth=2;fillColor=#dae8fc;strokeColor=#000000;container=0;" value="&lt;font style=&quot;font-size: 13px;&quot; face=&quot;Comic Sans MS&quot;&gt;&lt;b style=&quot;&quot;&gt;Embodied AI Models&lt;/b&gt;&lt;/font&gt;" vertex="1">
          <mxGeometry height="30" width="140" x="140" y="90" as="geometry" />
        </mxCell>
        <mxCell id="mN9CjeCU7Y2PogCVv73L-2" parent="1" style="text;html=1;whiteSpace=wrap;strokeColor=none;fillColor=none;align=center;verticalAlign=middle;rounded=0;container=0;" value="&lt;font style=&quot;font-size: 17px;&quot; face=&quot;Comic Sans MS&quot;&gt;&lt;b style=&quot;&quot;&gt;Background and Preliminaries&lt;/b&gt;&lt;/font&gt;" vertex="1">
          <mxGeometry height="20" width="275" x="155" y="60" as="geometry" />
        </mxCell>
        <mxCell id="HWx69ffex-x17Lno-qGl-7" parent="1" style="text;html=1;whiteSpace=wrap;strokeColor=none;fillColor=none;align=center;verticalAlign=middle;rounded=0;container=0;" value="&lt;font face=&quot;Comic Sans MS&quot;&gt;&lt;span style=&quot;font-size: 13px;&quot;&gt;&lt;b&gt;On-Device Adaptation&lt;/b&gt;&lt;/span&gt;&lt;/font&gt;" vertex="1">
          <mxGeometry height="20" width="104" x="327" y="567.5" as="geometry" />
        </mxCell>
        <mxCell id="HWx69ffex-x17Lno-qGl-8" parent="1" style="rounded=1;whiteSpace=wrap;html=1;strokeWidth=2;container=0;fillColor=#d5e8d4;strokeColor=#000000;" value="&lt;font face=&quot;Comic Sans MS&quot;&gt;&lt;b&gt;Parameter-Efficient Tuning&lt;/b&gt;&lt;/font&gt;" vertex="1">
          <mxGeometry height="30" width="120" x="450" y="542.5" as="geometry" />
        </mxCell>
        <mxCell id="HWx69ffex-x17Lno-qGl-9" parent="1" style="rounded=1;whiteSpace=wrap;html=1;strokeWidth=2;container=0;fillColor=#d5e8d4;strokeColor=#000000;" value="&lt;font face=&quot;Comic Sans MS&quot;&gt;&lt;b&gt;On-Device Reinforcement Learning&lt;/b&gt;&lt;/font&gt;" vertex="1">
          <mxGeometry height="30" width="147.5" x="496.25" y="584" as="geometry" />
        </mxCell>
        <mxCell id="HWx69ffex-x17Lno-qGl-10" parent="1" style="rounded=1;whiteSpace=wrap;html=1;strokeWidth=2;container=0;fillColor=#d5e8d4;strokeColor=#000000;" value="&lt;font face=&quot;Comic Sans MS&quot;&gt;&lt;b&gt;Continual Learning on Edge Robots&lt;/b&gt;&lt;/font&gt;" vertex="1">
          <mxGeometry height="30" width="120" x="580" y="542.5" as="geometry" />
        </mxCell>
        <mxCell id="HWx69ffex-x17Lno-qGl-13" parent="1" style="text;html=1;whiteSpace=wrap;strokeColor=none;fillColor=none;align=center;verticalAlign=middle;rounded=0;container=0;" value="&lt;font face=&quot;Comic Sans MS&quot;&gt;&lt;span style=&quot;font-size: 13px;&quot;&gt;&lt;b&gt;Cloud-Edge Hybrid Architectures&lt;/b&gt;&lt;/span&gt;&lt;/font&gt;" vertex="1">
          <mxGeometry height="20" width="104" x="327" y="667.5" as="geometry" />
        </mxCell>
        <mxCell id="HWx69ffex-x17Lno-qGl-16" parent="1" style="rounded=1;whiteSpace=wrap;html=1;strokeWidth=2;container=0;fillColor=#d5e8d4;strokeColor=#000000;" value="&lt;font face=&quot;Comic Sans MS&quot;&gt;&lt;b&gt;VLA Cloud-Edge Splits&lt;/b&gt;&lt;/font&gt;" vertex="1">
          <mxGeometry height="30" width="120" x="450" y="642.5" as="geometry" />
        </mxCell>
        <mxCell id="HWx69ffex-x17Lno-qGl-17" parent="1" style="rounded=1;whiteSpace=wrap;html=1;strokeWidth=2;container=0;fillColor=#d5e8d4;strokeColor=#000000;" value="&lt;font face=&quot;Comic Sans MS&quot;&gt;&lt;b&gt;Multi-Agent Edge Systems&lt;/b&gt;&lt;/font&gt;" vertex="1">
          <mxGeometry height="30" width="120" x="580" y="642.5" as="geometry" />
        </mxCell>
        <mxCell id="HWx69ffex-x17Lno-qGl-18" parent="1" style="rounded=1;whiteSpace=wrap;html=1;strokeWidth=2;container=0;fillColor=#d5e8d4;strokeColor=#000000;" value="&lt;font face=&quot;Comic Sans MS&quot;&gt;&lt;b&gt;Pragmatic&lt;/b&gt;&lt;/font&gt;&lt;div&gt;&lt;font face=&quot;Comic Sans MS&quot;&gt;&lt;b&gt;Near-Term&lt;/b&gt;&lt;/font&gt;&lt;/div&gt;" vertex="1">
          <mxGeometry height="30" width="120" x="510" y="682.5" as="geometry" />
        </mxCell>
        <mxCell id="HWx69ffex-x17Lno-qGl-21" parent="1" style="text;html=1;whiteSpace=wrap;strokeColor=none;fillColor=none;align=center;verticalAlign=middle;rounded=0;container=0;" value="&lt;font style=&quot;font-size: 17px;&quot; face=&quot;Comic Sans MS&quot;&gt;&lt;b style=&quot;&quot;&gt;Efficient Inference and Edge Deployment&lt;/b&gt;&lt;/font&gt;" vertex="1">
          <mxGeometry height="20" width="350" x="350" y="210" as="geometry" />
        </mxCell>
        <mxCell id="HWx69ffex-x17Lno-qGl-22" parent="1" style="text;html=1;whiteSpace=wrap;strokeColor=none;fillColor=none;align=center;verticalAlign=middle;rounded=0;" value="&lt;font style=&quot;font-size: 17px;&quot; face=&quot;Comic Sans MS&quot;&gt;&lt;b style=&quot;&quot;&gt;Efficient Data Collection&lt;/b&gt;&lt;/font&gt;" vertex="1">
          <mxGeometry height="20" width="260" x="820" y="70" as="geometry" />
        </mxCell>
        <mxCell id="HWx69ffex-x17Lno-qGl-23" parent="1" style="rounded=0;whiteSpace=wrap;html=1;strokeWidth=3;" value="" vertex="1">
          <mxGeometry height="90" width="390" x="790" y="240" as="geometry" />
        </mxCell>
        <mxCell id="HWx69ffex-x17Lno-qGl-24" edge="1" parent="1" style="endArrow=none;html=1;rounded=0;strokeWidth=3;entryX=0.289;entryY=0.995;entryDx=0;entryDy=0;entryPerimeter=0;" value="">
          <mxGeometry height="50" relative="1" width="50" as="geometry">
            <mxPoint x="910.1799999999998" y="240.45" as="sourcePoint" />
            <mxPoint x="910" y="330.00000000000006" as="targetPoint" />
          </mxGeometry>
        </mxCell>
        <mxCell id="HWx69ffex-x17Lno-qGl-25" parent="1" style="rounded=0;whiteSpace=wrap;html=1;strokeWidth=3;" value="" vertex="1">
          <mxGeometry height="90" width="390" x="790" y="432.5" as="geometry" />
        </mxCell>
        <mxCell id="HWx69ffex-x17Lno-qGl-26" edge="1" parent="1" style="endArrow=none;html=1;rounded=0;strokeWidth=3;entryX=0.289;entryY=0.995;entryDx=0;entryDy=0;entryPerimeter=0;" value="">
          <mxGeometry height="50" relative="1" width="50" as="geometry">
            <mxPoint x="910.1799999999998" y="432.95" as="sourcePoint" />
            <mxPoint x="910" y="522.5" as="targetPoint" />
          </mxGeometry>
        </mxCell>
        <mxCell id="HWx69ffex-x17Lno-qGl-27" parent="1" style="rounded=0;whiteSpace=wrap;html=1;strokeWidth=3;" value="" vertex="1">
          <mxGeometry height="90" width="390" x="790" y="335" as="geometry" />
        </mxCell>
        <mxCell id="HWx69ffex-x17Lno-qGl-28" edge="1" parent="1" style="endArrow=none;html=1;rounded=0;strokeWidth=3;entryX=0.289;entryY=0.995;entryDx=0;entryDy=0;entryPerimeter=0;" value="">
          <mxGeometry height="50" relative="1" width="50" as="geometry">
            <mxPoint x="910.1799999999998" y="335.45" as="sourcePoint" />
            <mxPoint x="910" y="425.00000000000006" as="targetPoint" />
          </mxGeometry>
        </mxCell>
        <mxCell id="HWx69ffex-x17Lno-qGl-29" parent="1" style="rounded=0;whiteSpace=wrap;html=1;strokeWidth=3;" value="" vertex="1">
          <mxGeometry height="90" width="390" x="790" y="632.5" as="geometry" />
        </mxCell>
        <mxCell id="HWx69ffex-x17Lno-qGl-30" edge="1" parent="1" style="endArrow=none;html=1;rounded=0;strokeWidth=3;entryX=0.289;entryY=0.995;entryDx=0;entryDy=0;entryPerimeter=0;" value="">
          <mxGeometry height="50" relative="1" width="50" as="geometry">
            <mxPoint x="910.1799999999998" y="632.95" as="sourcePoint" />
            <mxPoint x="910" y="722.5" as="targetPoint" />
          </mxGeometry>
        </mxCell>
        <mxCell id="HWx69ffex-x17Lno-qGl-31" parent="1" style="rounded=0;whiteSpace=wrap;html=1;strokeWidth=3;" value="" vertex="1">
          <mxGeometry height="90" width="390" x="790" y="532.5" as="geometry" />
        </mxCell>
        <mxCell id="HWx69ffex-x17Lno-qGl-32" edge="1" parent="1" style="endArrow=none;html=1;rounded=0;strokeWidth=3;entryX=0.289;entryY=0.995;entryDx=0;entryDy=0;entryPerimeter=0;" value="">
          <mxGeometry height="50" relative="1" width="50" as="geometry">
            <mxPoint x="910.1799999999998" y="532.95" as="sourcePoint" />
            <mxPoint x="910" y="622.5" as="targetPoint" />
          </mxGeometry>
        </mxCell>
        <mxCell id="HWx69ffex-x17Lno-qGl-34" parent="1" style="text;html=1;whiteSpace=wrap;strokeColor=none;fillColor=none;align=center;verticalAlign=middle;rounded=0;container=0;" value="&lt;b style=&quot;font-size: 13px;&quot;&gt;&lt;font face=&quot;Comic Sans MS&quot;&gt;Data-Efficient Learning&lt;/font&gt;&lt;/b&gt;" vertex="1">
          <mxGeometry height="20" width="104" x="800" y="275" as="geometry" />
        </mxCell>
        <mxCell id="HWx69ffex-x17Lno-qGl-35" parent="1" style="rounded=1;whiteSpace=wrap;html=1;strokeWidth=2;container=0;fillColor=#f8cecc;strokeColor=#000000;" value="&lt;b&gt;&lt;font face=&quot;Comic Sans MS&quot;&gt;Large-Scale Pre-Training&lt;/font&gt;&lt;/b&gt;" vertex="1">
          <mxGeometry height="30" width="120" x="1050" y="250" as="geometry" />
        </mxCell>
        <mxCell id="HWx69ffex-x17Lno-qGl-37" parent="1" style="rounded=1;whiteSpace=wrap;html=1;strokeWidth=2;container=0;fillColor=#f8cecc;strokeColor=#000000;" value="&lt;font face=&quot;Comic Sans MS&quot;&gt;&lt;b&gt;Few-Shot Learning&lt;/b&gt;&lt;/font&gt;" vertex="1">
          <mxGeometry height="30" width="120" x="920" y="250" as="geometry" />
        </mxCell>
        <mxCell id="HWx69ffex-x17Lno-qGl-38" parent="1" style="rounded=1;whiteSpace=wrap;html=1;strokeWidth=2;container=0;fillColor=#f8cecc;strokeColor=#000000;" value="&lt;b&gt;&lt;font face=&quot;Comic Sans MS&quot;&gt;Offline RL&lt;/font&gt;&lt;/b&gt;" vertex="1">
          <mxGeometry height="30" width="120" x="920" y="290" as="geometry" />
        </mxCell>
        <mxCell id="HWx69ffex-x17Lno-qGl-39" parent="1" style="rounded=1;whiteSpace=wrap;html=1;strokeWidth=2;container=0;fillColor=#f8cecc;strokeColor=#000000;" value="&lt;b&gt;&lt;font face=&quot;Comic Sans MS&quot;&gt;Foundation Model Transfer&lt;/font&gt;&lt;/b&gt;" vertex="1">
          <mxGeometry height="30" width="120" x="1050" y="290" as="geometry" />
        </mxCell>
        <mxCell id="HWx69ffex-x17Lno-qGl-40" parent="1" style="text;html=1;whiteSpace=wrap;strokeColor=none;fillColor=none;align=center;verticalAlign=middle;rounded=0;container=0;" value="&lt;b style=&quot;font-size: 13px;&quot;&gt;&lt;font face=&quot;Comic Sans MS&quot;&gt;Simulation Transfer&lt;/font&gt;&lt;/b&gt;" vertex="1">
          <mxGeometry height="20" width="104" x="800" y="370" as="geometry" />
        </mxCell>
-         <mxCell id="HWx69ffex-x17Lno-qGl-41" parent="1" style="text;html=1;whiteSpace=wrap;strokeColor=none;fillColor=none;align=center;verticalAlign=middle;rounded=0;container=0;" value="&lt;b style=&quot;font-size: 13px;&quot;&gt;&lt;font face=&quot;Comic Sans MS&quot;&gt;Data-Efficient Learning&lt;/font&gt;&lt;/b&gt;" vertex="1">
-           <mxGeometry height="20" width="104" x="740" y="840" as="geometry" />
-         </mxCell>
-         <mxCell id="HWx69ffex-x17Lno-qGl-42" parent="1" style="text;html=1;whiteSpace=wrap;strokeColor=none;fillColor=none;align=center;verticalAlign=middle;rounded=0;container=0;" value="&lt;b style=&quot;font-size: 13px;&quot;&gt;&lt;font face=&quot;Comic Sans MS&quot;&gt;Data-Efficient Learning&lt;/font&gt;&lt;/b&gt;" vertex="1">
-           <mxGeometry height="20" width="104" x="1130" y="820" as="geometry" />
+         <mxCell id="HWx69ffex-x17Lno-qGl-41" parent="1" style="text;html=1;whiteSpace=wrap;strokeColor=none;fillColor=none;align=center;verticalAlign=middle;rounded=0;container=0;" value="&lt;font face=&quot;Comic Sans MS&quot;&gt;&lt;span style=&quot;font-size: 13px;&quot;&gt;&lt;b&gt;Synthetic Data and Augmentation&lt;/b&gt;&lt;/span&gt;&lt;/font&gt;" vertex="1">
+           <mxGeometry height="20" width="104" x="800" y="567.5" as="geometry" />
+         </mxCell>
+         <mxCell id="HWx69ffex-x17Lno-qGl-42" parent="1" style="text;html=1;whiteSpace=wrap;strokeColor=none;fillColor=none;align=center;verticalAlign=middle;rounded=0;container=0;" value="&lt;font face=&quot;Comic Sans MS&quot;&gt;&lt;span style=&quot;font-size: 13px;&quot;&gt;&lt;b&gt;Efficient Collection&lt;/b&gt;&lt;/span&gt;&lt;/font&gt;" vertex="1">
+           <mxGeometry height="20" width="104" x="800" y="467.5" as="geometry" />
        </mxCell>
        <mxCell id="HWx69ffex-x17Lno-qGl-43" parent="1" style="rounded=1;whiteSpace=wrap;html=1;strokeWidth=2;container=0;fillColor=#f8cecc;strokeColor=#000000;" value="&lt;font face=&quot;Comic Sans MS&quot;&gt;&lt;b&gt;Domain Randomization&lt;/b&gt;&lt;/font&gt;" vertex="1">
          <mxGeometry height="30" width="120" x="920" y="345" as="geometry" />
        </mxCell>
        <mxCell id="HWx69ffex-x17Lno-qGl-44" parent="1" style="rounded=1;whiteSpace=wrap;html=1;strokeWidth=2;container=0;fillColor=#f8cecc;strokeColor=#000000;" value="&lt;font face=&quot;Comic Sans MS&quot;&gt;&lt;b&gt;Procedural Generation&lt;/b&gt;&lt;/font&gt;" vertex="1">
          <mxGeometry height="30" width="120" x="980" y="385" as="geometry" />
        </mxCell>
        <mxCell id="HWx69ffex-x17Lno-qGl-45" parent="1" style="rounded=1;whiteSpace=wrap;html=1;strokeWidth=2;container=0;fillColor=#f8cecc;strokeColor=#000000;" value="&lt;font face=&quot;Comic Sans MS&quot;&gt;&lt;b&gt;Domain Adaptation&lt;/b&gt;&lt;/font&gt;" vertex="1">
          <mxGeometry height="30" width="120" x="1050" y="345" as="geometry" />
        </mxCell>
-         <mxCell id="HWx69ffex-x17Lno-qGl-46" parent="1" style="rounded=1;whiteSpace=wrap;html=1;strokeWidth=2;container=0;fillColor=#f8cecc;strokeColor=#000000;" value="&lt;font face=&quot;Comic Sans MS&quot;&gt;&lt;b&gt;Domain Randomization&lt;/b&gt;&lt;/font&gt;" vertex="1">
-           <mxGeometry height="30" width="120" x="1230" y="170" as="geometry" />
+         <mxCell id="HWx69ffex-x17Lno-qGl-46" parent="1" style="rounded=1;whiteSpace=wrap;html=1;strokeWidth=2;container=0;fillColor=#f8cecc;strokeColor=#000000;" value="&lt;font face=&quot;Comic Sans MS&quot;&gt;&lt;b&gt;Low-Cost Teleoperation&lt;/b&gt;&lt;/font&gt;" vertex="1">
+           <mxGeometry height="30" width="120" x="920" y="442.5" as="geometry" />
+         </mxCell>
+         <mxCell id="HWx69ffex-x17Lno-qGl-47" parent="1" style="rounded=1;whiteSpace=wrap;html=1;strokeWidth=2;container=0;fillColor=#f8cecc;strokeColor=#000000;" value="&lt;font face=&quot;Comic Sans MS&quot;&gt;&lt;b&gt;Data Reuse and Sharing&lt;/b&gt;&lt;/font&gt;" vertex="1">
+           <mxGeometry height="30" width="120" x="1050" y="482.5" as="geometry" />
+         </mxCell>
+         <mxCell id="HWx69ffex-x17Lno-qGl-48" parent="1" style="rounded=1;whiteSpace=wrap;html=1;strokeWidth=2;container=0;fillColor=#f8cecc;strokeColor=#000000;" value="&lt;font face=&quot;Comic Sans MS&quot;&gt;&lt;b&gt;Autonomous Collection&lt;/b&gt;&lt;/font&gt;" vertex="1">
+           <mxGeometry height="30" width="120" x="920" y="482.5" as="geometry" />
+         </mxCell>
+         <mxCell id="HWx69ffex-x17Lno-qGl-49" parent="1" style="rounded=1;whiteSpace=wrap;html=1;strokeWidth=2;container=0;fillColor=#f8cecc;strokeColor=#000000;" value="&lt;font face=&quot;Comic Sans MS&quot;&gt;&lt;b&gt;Learning from Human Video&lt;/b&gt;&lt;/font&gt;" vertex="1">
+           <mxGeometry height="30" width="120" x="1050" y="442.5" as="geometry" />
+         </mxCell>
+         <mxCell id="HWx69ffex-x17Lno-qGl-50" parent="1" style="rounded=1;whiteSpace=wrap;html=1;strokeWidth=2;container=0;fillColor=#f8cecc;strokeColor=#000000;" value="&lt;font face=&quot;Comic Sans MS&quot;&gt;&lt;b&gt;Synthesizing from Internet&lt;/b&gt;&lt;/font&gt;" vertex="1">
+           <mxGeometry height="30" width="120" x="980" y="582.5" as="geometry" />
+         </mxCell>
+         <mxCell id="HWx69ffex-x17Lno-qGl-51" parent="1" style="rounded=1;whiteSpace=wrap;html=1;strokeWidth=2;container=0;fillColor=#f8cecc;strokeColor=#000000;" value="&lt;font face=&quot;Comic Sans MS&quot;&gt;&lt;b&gt;LLM-Driven Imaginary&lt;/b&gt;&lt;/font&gt;" vertex="1">
+           <mxGeometry height="30" width="120" x="1050" y="542.5" as="geometry" />
+         </mxCell>
+         <mxCell id="HWx69ffex-x17Lno-qGl-52" parent="1" style="rounded=1;whiteSpace=wrap;html=1;strokeWidth=2;container=0;fillColor=#f8cecc;strokeColor=#000000;" value="&lt;font face=&quot;Comic Sans MS&quot;&gt;&lt;b&gt;Video Diffusion&lt;/b&gt;&lt;/font&gt;" vertex="1">
+           <mxGeometry height="30" width="120" x="920" y="542.5" as="geometry" />
+         </mxCell>
+         <mxCell id="HWx69ffex-x17Lno-qGl-53" parent="1" style="rounded=1;whiteSpace=wrap;html=1;strokeWidth=2;container=0;fillColor=#f8cecc;strokeColor=#000000;" value="&lt;font face=&quot;Comic Sans MS&quot;&gt;&lt;b&gt;Low-Cost Teleoperation&lt;/b&gt;&lt;/font&gt;" vertex="1">
+           <mxGeometry height="30" width="120" x="1100" y="70" as="geometry" />
+         </mxCell>
+         <mxCell id="HWx69ffex-x17Lno-qGl-56" parent="1" style="text;html=1;whiteSpace=wrap;strokeColor=none;fillColor=none;align=center;verticalAlign=middle;rounded=0;container=0;" value="&lt;span style=&quot;text-align: left;&quot;&gt;&lt;font style=&quot;font-size: 13px;&quot; face=&quot;Comic Sans MS&quot;&gt;&lt;b&gt;Efficiency Benchmarks&lt;/b&gt;&lt;/font&gt;&lt;/span&gt;" vertex="1">
+           <mxGeometry height="20" width="104" x="800" y="662.5" as="geometry" />
        </mxCell>
      </root>
    </mxGraphModel>
  </diagram>
</mxfile>
